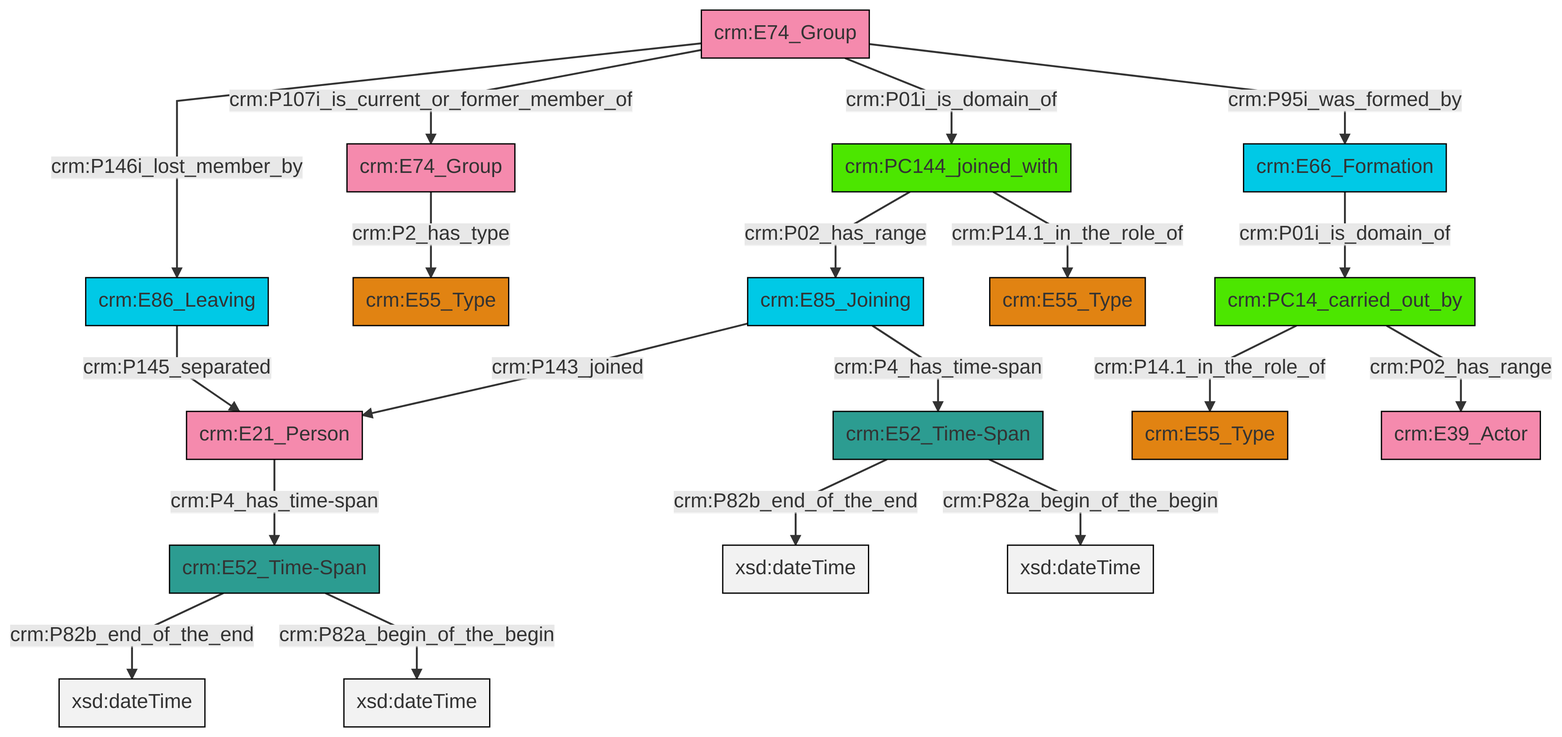
The Mermaid diagram et/groupCSV/ttl/mmd/png/group_actor_relations.png in swiss-art-research-net/reference-data-models, before a commit. Its source is kept beside it as et/groupCSV/ttl/mmd/group_actor_relations.ttl.mmd.
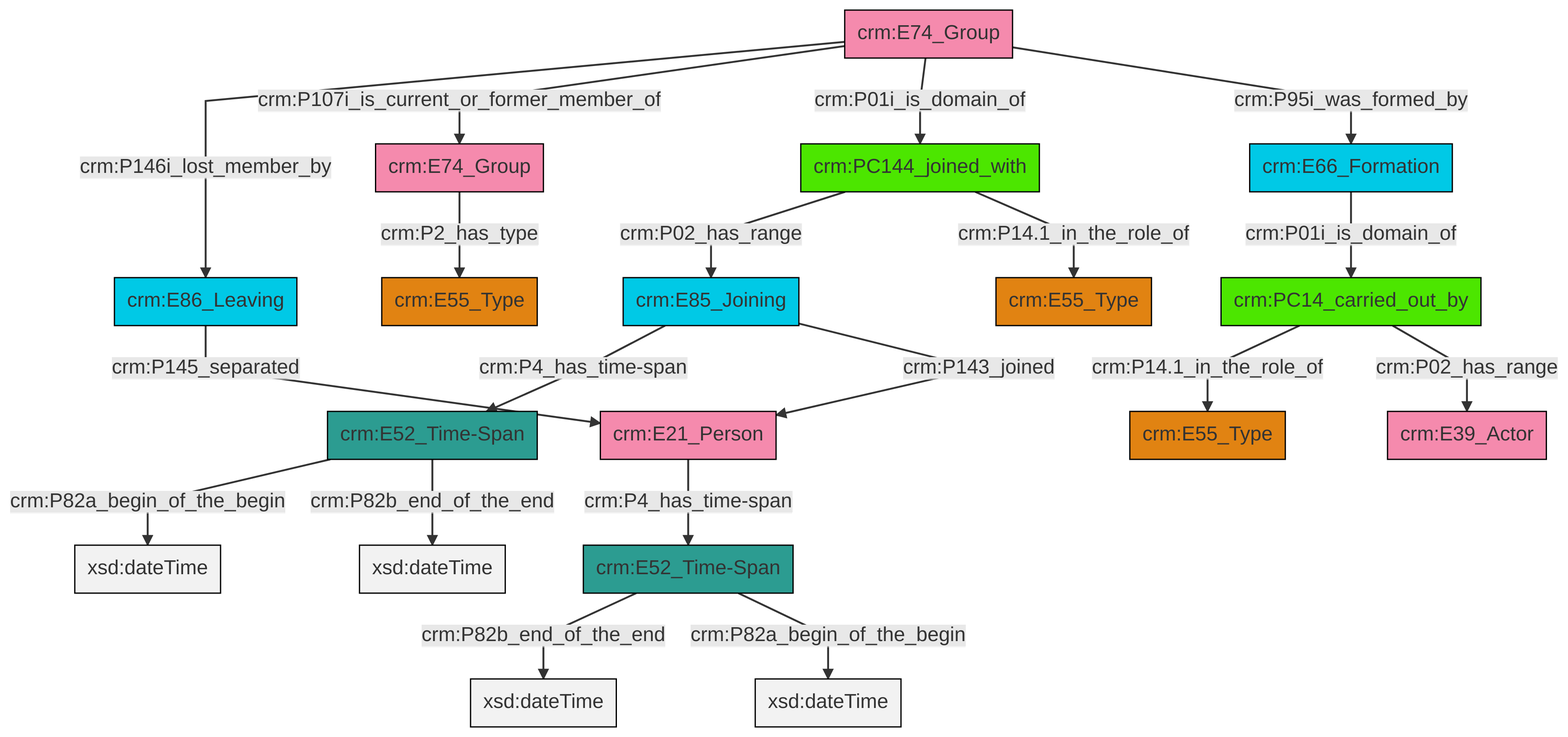
After the commit.

What changed in the source:
```diff
@@ -13,21 +13,21 @@
 classDef PC_Classes fill:#4ce600, stroke:#000000;
 classDef Multi fill:#cccccc,stroke:#000000;
 
-0["crm:E52_Time-Span"]:::Time-Span -->|crm:P82b_end_of_the_end| 1[xsd:dateTime]:::Literal
-0["crm:E52_Time-Span"]:::Time-Span -->|crm:P82a_begin_of_the_begin| 2[xsd:dateTime]:::Literal
-5["crm:PC14_carried_out_by"]:::PC_Classes -->|crm:P14.1_in_the_role_of| 7["crm:E55_Type"]:::Type
-8["crm:E85_Joining"]:::Temporal_Entity -->|crm:P143_joined| 9["crm:E21_Person"]:::Actor
-10["crm:E52_Time-Span"]:::Time-Span -->|crm:P82b_end_of_the_end| 11[xsd:dateTime]:::Literal
-15["crm:E74_Group"]:::Actor -->|crm:P146i_lost_member_by| 16["crm:E86_Leaving"]:::Temporal_Entity
-15["crm:E74_Group"]:::Actor -->|crm:P107i_is_current_or_former_member_of| 12["crm:E74_Group"]:::Actor
-10["crm:E52_Time-Span"]:::Time-Span -->|crm:P82a_begin_of_the_begin| 17[xsd:dateTime]:::Literal
-20["crm:PC144_joined_with"]:::PC_Classes -->|crm:P02_has_range| 8["crm:E85_Joining"]:::Temporal_Entity
-9["crm:E21_Person"]:::Actor -->|crm:P4_has_time-span| 0["crm:E52_Time-Span"]:::Time-Span
-8["crm:E85_Joining"]:::Temporal_Entity -->|crm:P4_has_time-span| 10["crm:E52_Time-Span"]:::Time-Span
-5["crm:PC14_carried_out_by"]:::PC_Classes -->|crm:P02_has_range| 21["crm:E39_Actor"]:::Actor
-12["crm:E74_Group"]:::Actor -->|crm:P2_has_type| 25["crm:E55_Type"]:::Type
-15["crm:E74_Group"]:::Actor -->|crm:P01i_is_domain_of| 20["crm:PC144_joined_with"]:::PC_Classes
-20["crm:PC144_joined_with"]:::PC_Classes -->|crm:P14.1_in_the_role_of| 3["crm:E55_Type"]:::Type
-16["crm:E86_Leaving"]:::Temporal_Entity -->|crm:P145_separated| 9["crm:E21_Person"]:::Actor
-15["crm:E74_Group"]:::Actor -->|crm:P95i_was_formed_by| 18["crm:E66_Formation"]:::Temporal_Entity
-18["crm:E66_Formation"]:::Temporal_Entity -->|crm:P01i_is_domain_of| 5["crm:PC14_carried_out_by"]:::PC_Classes
+0["crm:E74_Group"]:::Actor -->|crm:P146i_lost_member_by| 1["crm:E86_Leaving"]:::Temporal_Entity
+2["crm:E85_Joining"]:::Temporal_Entity -->|crm:P4_has_time-span| 3["crm:E52_Time-Span"]:::Time-Span
+3["crm:E52_Time-Span"]:::Time-Span -->|crm:P82a_begin_of_the_begin| 4[xsd:dateTime]:::Literal
+11["crm:PC14_carried_out_by"]:::PC_Classes -->|crm:P14.1_in_the_role_of| 5["crm:E55_Type"]:::Type
+13["crm:E52_Time-Span"]:::Time-Span -->|crm:P82b_end_of_the_end| 14[xsd:dateTime]:::Literal
+2["crm:E85_Joining"]:::Temporal_Entity -->|crm:P143_joined| 9["crm:E21_Person"]:::Actor
+0["crm:E74_Group"]:::Actor -->|crm:P107i_is_current_or_former_member_of| 27["crm:E74_Group"]:::Actor
+9["crm:E21_Person"]:::Actor -->|crm:P4_has_time-span| 13["crm:E52_Time-Span"]:::Time-Span
+1["crm:E86_Leaving"]:::Temporal_Entity -->|crm:P145_separated| 9["crm:E21_Person"]:::Actor
+19["crm:E66_Formation"]:::Temporal_Entity -->|crm:P01i_is_domain_of| 11["crm:PC14_carried_out_by"]:::PC_Classes
+15["crm:PC144_joined_with"]:::PC_Classes -->|crm:P02_has_range| 2["crm:E85_Joining"]:::Temporal_Entity
+3["crm:E52_Time-Span"]:::Time-Span -->|crm:P82b_end_of_the_end| 30[xsd:dateTime]:::Literal
+13["crm:E52_Time-Span"]:::Time-Span -->|crm:P82a_begin_of_the_begin| 32[xsd:dateTime]:::Literal
+11["crm:PC14_carried_out_by"]:::PC_Classes -->|crm:P02_has_range| 23["crm:E39_Actor"]:::Actor
+0["crm:E74_Group"]:::Actor -->|crm:P01i_is_domain_of| 15["crm:PC144_joined_with"]:::PC_Classes
+15["crm:PC144_joined_with"]:::PC_Classes -->|crm:P14.1_in_the_role_of| 17["crm:E55_Type"]:::Type
+0["crm:E74_Group"]:::Actor -->|crm:P95i_was_formed_by| 19["crm:E66_Formation"]:::Temporal_Entity
+27["crm:E74_Group"]:::Actor -->|crm:P2_has_type| 7["crm:E55_Type"]:::Type
```
